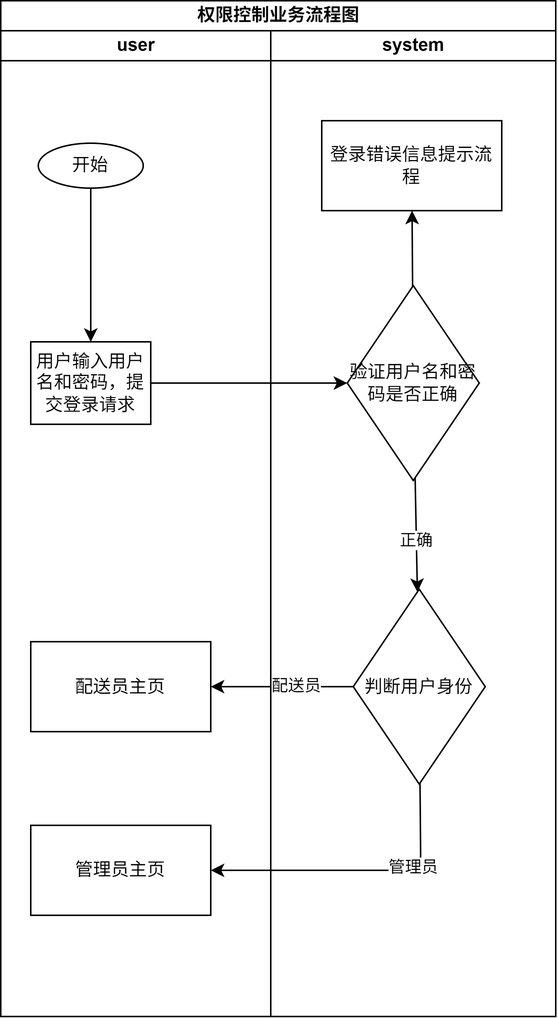
LHkeeper666/city-delivery-system keeps this draw.io diagram as docs/tfd/login_permission_flow_diagram.png. Above is the earlier version. Source tidied: cells renumbered, new cells last; positions are measured from the earlier drawing's top-left corner, leaving out a move shared by most shapes. The source it was exported from:
```xml
<mxGraphModel>
  <root>
    <mxCell id="0" />
    <mxCell id="1" parent="0" />
    <mxCell id="2" value="权限控制业务流程图" style="swimlane;startSize=20;html=1;" parent="1" vertex="1">
      <mxGeometry width="370" height="677.5" as="geometry" />
    </mxCell>
    <mxCell id="3" value="user" style="swimlane;startSize=20;html=1;" parent="2" vertex="1">
      <mxGeometry y="20" width="180" height="657.5" as="geometry" />
    </mxCell>
    <mxCell id="4" value="开始" style="ellipse;whiteSpace=wrap;html=1;" parent="3" vertex="1">
      <mxGeometry x="25" y="75" width="70" height="30" as="geometry" />
    </mxCell>
    <mxCell id="5" value="system" style="swimlane;startSize=20;html=1;" parent="2" vertex="1">
      <mxGeometry x="180" y="20" width="190" height="657.5" as="geometry" />
    </mxCell>
    <mxCell id="6" style="edgeStyle=none;html=1;" parent="5" edge="1" source="10" target="12">
      <mxGeometry relative="1" as="geometry" />
    </mxCell>
    <mxCell id="7" value="正确" style="edgeLabel;html=1;align=center;verticalAlign=middle;" parent="6" vertex="1">
      <mxGeometry x="0.08" y="-1" relative="1" as="geometry" />
    </mxCell>
    <mxCell id="8" value="用户输入用户名和密码，提交登录请求" style="whiteSpace=wrap;html=1;" parent="5" vertex="1">
      <mxGeometry x="-160" y="207.5" width="80" height="55" as="geometry" />
    </mxCell>
    <mxCell id="9" style="edgeStyle=none;html=1;" parent="5" edge="1" source="10" target="19">
      <mxGeometry relative="1" as="geometry" />
    </mxCell>
    <mxCell id="10" value="验证用户名和密码是否正确" style="rhombus;whiteSpace=wrap;html=1;" parent="5" vertex="1">
      <mxGeometry x="51" y="170" width="88" height="130" as="geometry" />
    </mxCell>
    <mxCell id="11" style="edgeStyle=none;html=1;" parent="5" edge="1" source="8" target="10">
      <mxGeometry relative="1" as="geometry" />
    </mxCell>
    <mxCell id="12" value="判断用户身份" style="rhombus;whiteSpace=wrap;html=1;" parent="5" vertex="1">
      <mxGeometry x="55" y="372.5" width="88" height="130" as="geometry" />
    </mxCell>
    <mxCell id="13" value="配送员主页" style="whiteSpace=wrap;html=1;" parent="5" vertex="1">
      <mxGeometry x="-160" y="407.5" width="120" height="60" as="geometry" />
    </mxCell>
    <mxCell id="14" style="edgeStyle=none;html=1;" parent="5" edge="1" source="12" target="13">
      <mxGeometry relative="1" as="geometry" />
    </mxCell>
    <mxCell id="15" value="配送员" style="edgeLabel;html=1;align=center;verticalAlign=middle;" parent="14" vertex="1">
      <mxGeometry x="-0.19" y="-1" relative="1" as="geometry" />
    </mxCell>
    <mxCell id="16" value="管理员主页" style="whiteSpace=wrap;html=1;" parent="5" vertex="1">
      <mxGeometry x="-160" y="530" width="120" height="60" as="geometry" />
    </mxCell>
    <mxCell id="17" style="edgeStyle=none;html=1;" parent="5" edge="1" source="12" target="16">
      <mxGeometry relative="1" as="geometry">
        <Array as="points">
          <mxPoint x="100" y="560" />
        </Array>
      </mxGeometry>
    </mxCell>
    <mxCell id="18" value="管理员" style="edgeLabel;html=1;align=center;verticalAlign=middle;" parent="17" vertex="1">
      <mxGeometry x="-0.35" y="-3" relative="1" as="geometry" />
    </mxCell>
    <mxCell id="19" value="登录错误信息提示流程" style="whiteSpace=wrap;html=1;" parent="5" vertex="1">
      <mxGeometry x="34" y="60" width="120" height="60" as="geometry" />
    </mxCell>
    <mxCell id="20" style="edgeStyle=none;html=1;" parent="2" edge="1" source="4" target="8">
      <mxGeometry relative="1" as="geometry" />
    </mxCell>
  </root>
</mxGraphModel>
```
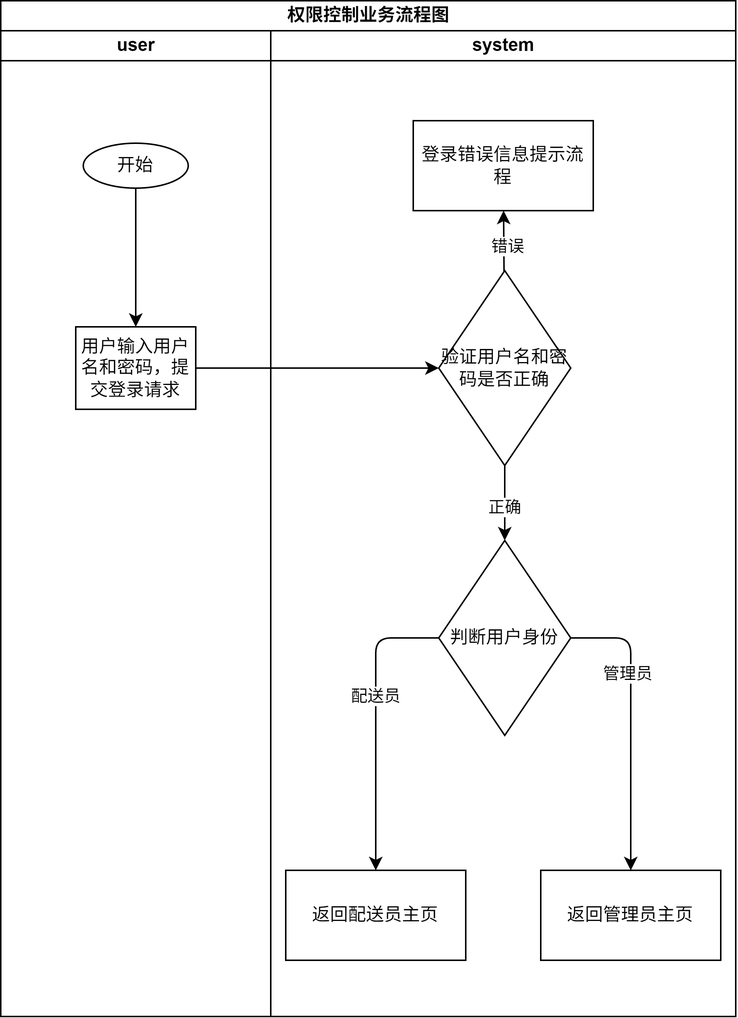
The same file after the commit.

Commit message:
docs: 修改权限控制业务流程图

The edit, as a diff of the source:
```diff
@@ -3,16 +3,22 @@
     <mxCell id="0" />
     <mxCell id="1" parent="0" />
     <mxCell id="2" value="权限控制业务流程图" style="swimlane;startSize=20;html=1;" parent="1" vertex="1">
-      <mxGeometry width="370" height="677.5" as="geometry" />
+      <mxGeometry width="490" height="677.5" as="geometry" />
     </mxCell>
     <mxCell id="3" value="user" style="swimlane;startSize=20;html=1;" parent="2" vertex="1">
       <mxGeometry y="20" width="180" height="657.5" as="geometry" />
     </mxCell>
     <mxCell id="4" value="开始" style="ellipse;whiteSpace=wrap;html=1;" parent="3" vertex="1">
-      <mxGeometry x="25" y="75" width="70" height="30" as="geometry" />
+      <mxGeometry x="55" y="75" width="70" height="30" as="geometry" />
     </mxCell>
+    <mxCell id="8" value="用户输入用户名和密码，提交登录请求" style="whiteSpace=wrap;html=1;" parent="3" vertex="1">
+      <mxGeometry x="50" y="197.5" width="80" height="55" as="geometry" />
+    </mxCell>
+    <mxCell id="20" style="edgeStyle=none;html=1;" parent="3" edge="1" source="4" target="8">
+      <mxGeometry relative="1" as="geometry" />
+    </mxCell>
     <mxCell id="5" value="system" style="swimlane;startSize=20;html=1;" parent="2" vertex="1">
-      <mxGeometry x="180" y="20" width="190" height="657.5" as="geometry" />
+      <mxGeometry x="180" y="20" width="310" height="657.5" as="geometry" />
     </mxCell>
     <mxCell id="6" style="edgeStyle=none;html=1;" parent="5" edge="1" source="10" target="12">
       <mxGeometry relative="1" as="geometry" />
@@ -20,37 +26,38 @@
     <mxCell id="7" value="正确" style="edgeLabel;html=1;align=center;verticalAlign=middle;" parent="6" vertex="1">
       <mxGeometry x="0.08" y="-1" relative="1" as="geometry" />
     </mxCell>
-    <mxCell id="8" value="用户输入用户名和密码，提交登录请求" style="whiteSpace=wrap;html=1;" parent="5" vertex="1">
-      <mxGeometry x="-160" y="207.5" width="80" height="55" as="geometry" />
-    </mxCell>
     <mxCell id="9" style="edgeStyle=none;html=1;" parent="5" edge="1" source="10" target="19">
       <mxGeometry relative="1" as="geometry" />
     </mxCell>
+    <mxCell id="21" value="错误" style="edgeLabel;html=1;align=center;verticalAlign=middle;" parent="9" vertex="1">
+      <mxGeometry x="-0.14" y="-2" relative="1" as="geometry" />
+    </mxCell>
     <mxCell id="10" value="验证用户名和密码是否正确" style="rhombus;whiteSpace=wrap;html=1;" parent="5" vertex="1">
-      <mxGeometry x="51" y="170" width="88" height="130" as="geometry" />
+      <mxGeometry x="112" y="160" width="88" height="130" as="geometry" />
     </mxCell>
-    <mxCell id="11" style="edgeStyle=none;html=1;" parent="5" edge="1" source="8" target="10">
-      <mxGeometry relative="1" as="geometry" />
-    </mxCell>
     <mxCell id="12" value="判断用户身份" style="rhombus;whiteSpace=wrap;html=1;" parent="5" vertex="1">
-      <mxGeometry x="55" y="372.5" width="88" height="130" as="geometry" />
+      <mxGeometry x="112" y="340" width="88" height="130" as="geometry" />
     </mxCell>
-    <mxCell id="13" value="配送员主页" style="whiteSpace=wrap;html=1;" parent="5" vertex="1">
-      <mxGeometry x="-160" y="407.5" width="120" height="60" as="geometry" />
+    <mxCell id="13" value="返回配送员主页" style="whiteSpace=wrap;html=1;" parent="5" vertex="1">
+      <mxGeometry x="10" y="560" width="120" height="60" as="geometry" />
     </mxCell>
     <mxCell id="14" style="edgeStyle=none;html=1;" parent="5" edge="1" source="12" target="13">
-      <mxGeometry relative="1" as="geometry" />
+      <mxGeometry relative="1" as="geometry">
+        <Array as="points">
+          <mxPoint x="70" y="405" />
+        </Array>
+      </mxGeometry>
     </mxCell>
     <mxCell id="15" value="配送员" style="edgeLabel;html=1;align=center;verticalAlign=middle;" parent="14" vertex="1">
       <mxGeometry x="-0.19" y="-1" relative="1" as="geometry" />
     </mxCell>
-    <mxCell id="16" value="管理员主页" style="whiteSpace=wrap;html=1;" parent="5" vertex="1">
-      <mxGeometry x="-160" y="530" width="120" height="60" as="geometry" />
+    <mxCell id="16" value="返回管理员主页" style="whiteSpace=wrap;html=1;" parent="5" vertex="1">
+      <mxGeometry x="180" y="560" width="120" height="60" as="geometry" />
     </mxCell>
     <mxCell id="17" style="edgeStyle=none;html=1;" parent="5" edge="1" source="12" target="16">
       <mxGeometry relative="1" as="geometry">
         <Array as="points">
-          <mxPoint x="100" y="560" />
+          <mxPoint x="240" y="405" />
         </Array>
       </mxGeometry>
     </mxCell>
@@ -58,10 +65,10 @@
       <mxGeometry x="-0.35" y="-3" relative="1" as="geometry" />
     </mxCell>
     <mxCell id="19" value="登录错误信息提示流程" style="whiteSpace=wrap;html=1;" parent="5" vertex="1">
-      <mxGeometry x="34" y="60" width="120" height="60" as="geometry" />
+      <mxGeometry x="95" y="60" width="120" height="60" as="geometry" />
     </mxCell>
-    <mxCell id="20" style="edgeStyle=none;html=1;" parent="2" edge="1" source="4" target="8">
-      <mxGeometry relative="1" as="geometry" />
-    </mxCell>
+    <mxCell id="11" style="edgeStyle=none;html=1;" parent="2" edge="1" source="8" target="10">
+      <mxGeometry relative="1" as="geometry" />
+    </mxCell>
   </root>
 </mxGraphModel>
```
